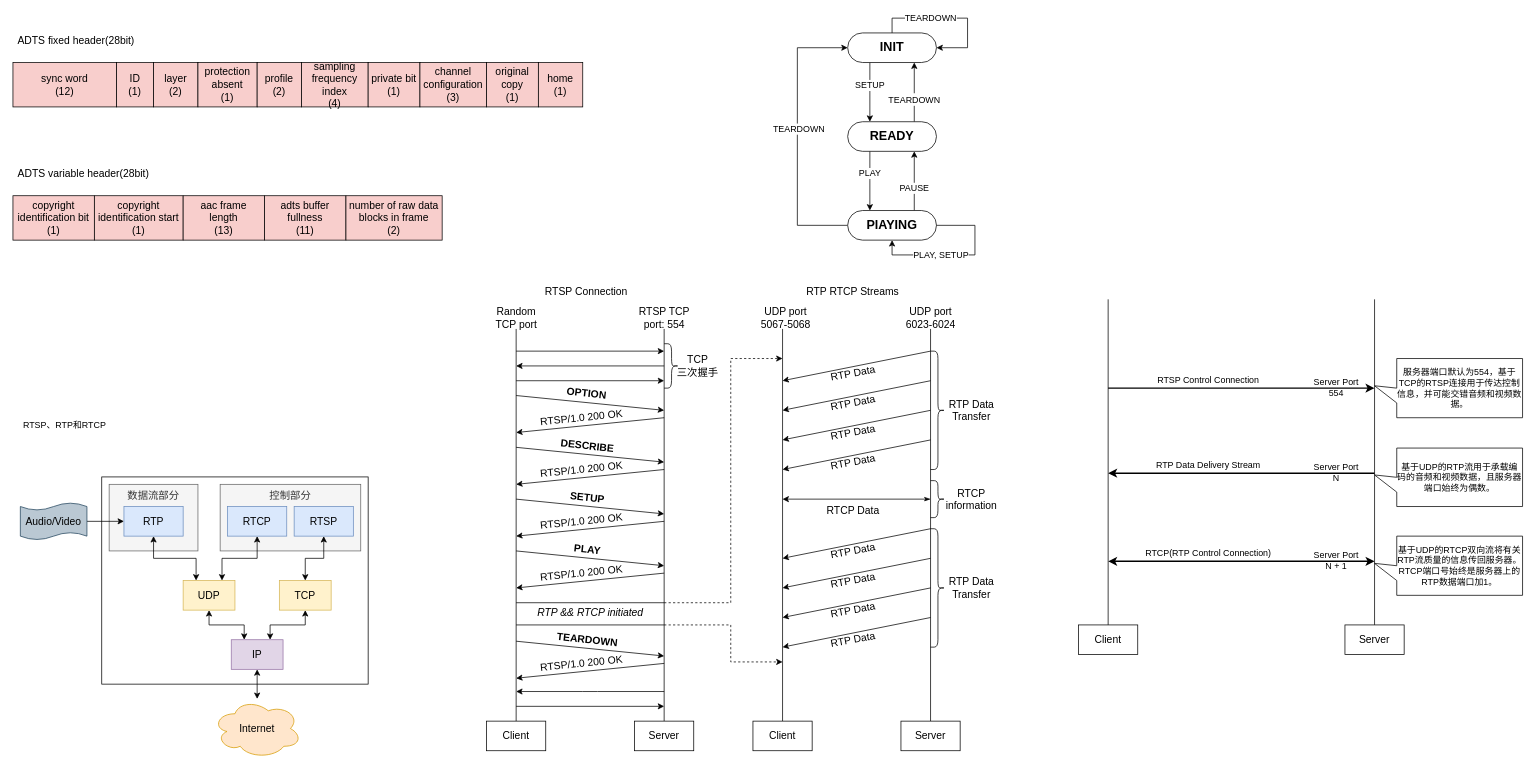
The draw.io diagram drawSomething_2.drawio in Ritchie-Lin/items, before the edit. Source tidied: cells renumbered, new cells numbered last; positions are measured from the earlier drawing's top-left corner, leaving out a move shared by most shapes. Both pictures are drawn from the tidied source at 74%, with x=0, y=0 at pixel (13, 18).
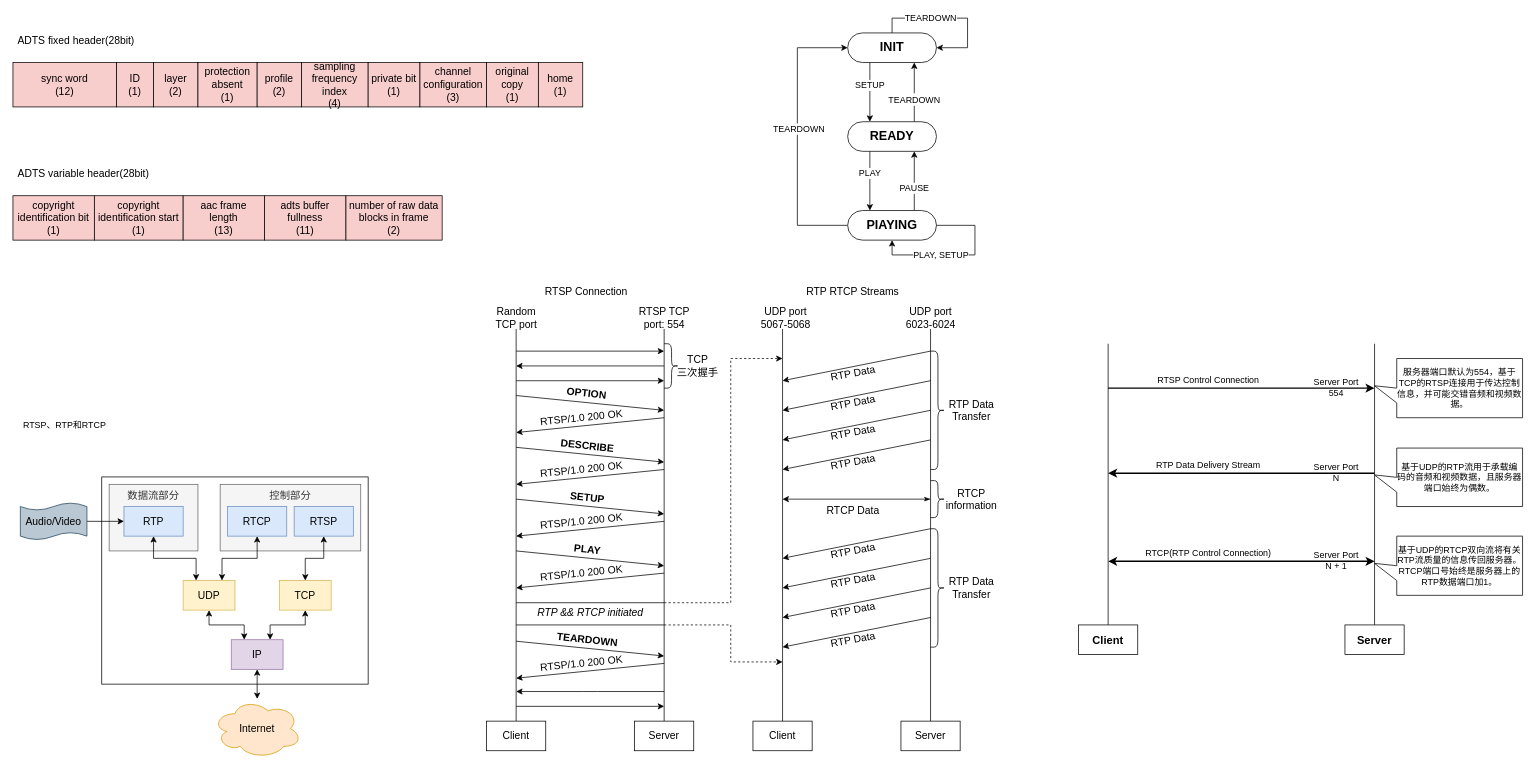
Above is the later version.

What changed in the source:
```diff
@@
     <mxCell id="120" style="endArrow=none;html=1;fontSize=14;exitX=0.5;exitY=0;exitDx=0;exitDy=0;" parent="1" edge="1" source="122">
       <mxGeometry relative="1" as="geometry">
-        <mxPoint x="1480" y="380" as="targetPoint" />
+        <mxPoint x="1480" y="440" as="targetPoint" />
       </mxGeometry>
     </mxCell>
     <mxCell id="121" style="endArrow=none;html=1;fontSize=14;exitX=0.5;exitY=0;exitDx=0;exitDy=0;" parent="1" edge="1" source="123">
       <mxGeometry relative="1" as="geometry">
-        <mxPoint x="1840" y="380" as="targetPoint" />
+        <mxPoint x="1840" y="440" as="targetPoint" />
       </mxGeometry>
     </mxCell>
-    <mxCell id="122" value="Client" style="rounded=0;whiteSpace=wrap;html=1;fontSize=14;align=center;" parent="1" vertex="1">
+    <mxCell id="122" value="Client" style="rounded=0;whiteSpace=wrap;html=1;fontSize=15;align=center;fontStyle=1;" parent="1" vertex="1">
       <mxGeometry x="1440" y="820" width="80" height="40" as="geometry" />
     </mxCell>
-    <mxCell id="123" value="Server" style="rounded=0;whiteSpace=wrap;html=1;fontSize=14;align=center;" parent="1" vertex="1">
+    <mxCell id="123" value="Server" style="rounded=0;whiteSpace=wrap;html=1;fontSize=15;align=center;fontStyle=1;" parent="1" vertex="1">
       <mxGeometry x="1800" y="820" width="80" height="40" as="geometry" />
     </mxCell>
```
